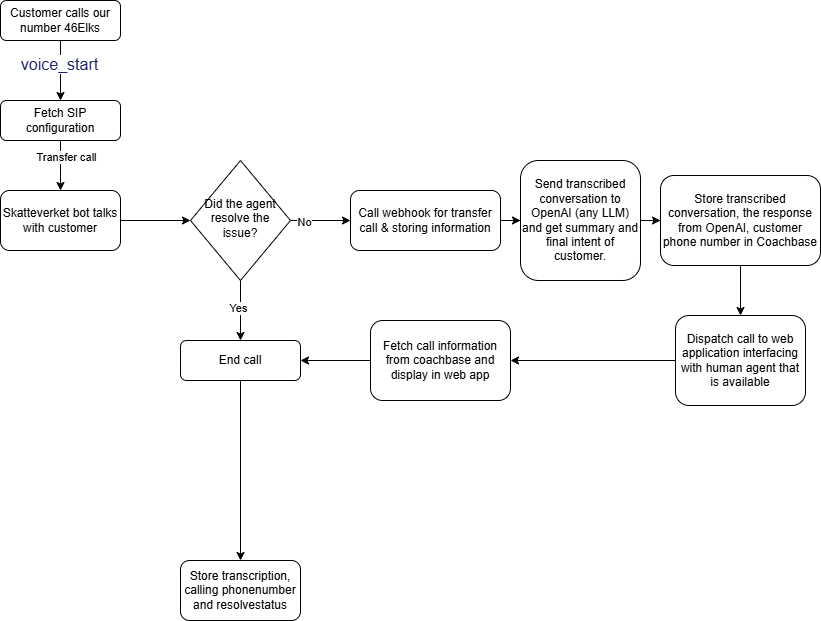
This is media/Skatteverket-Flowchart.png from JacobOmateq/Skatteverket-CustomerSupportAgent, a draw.io export, as it was before one commit. Source tidied: cells renumbered, new cells last; positions are measured from the earlier drawing's top-left corner, leaving out a move shared by most shapes.
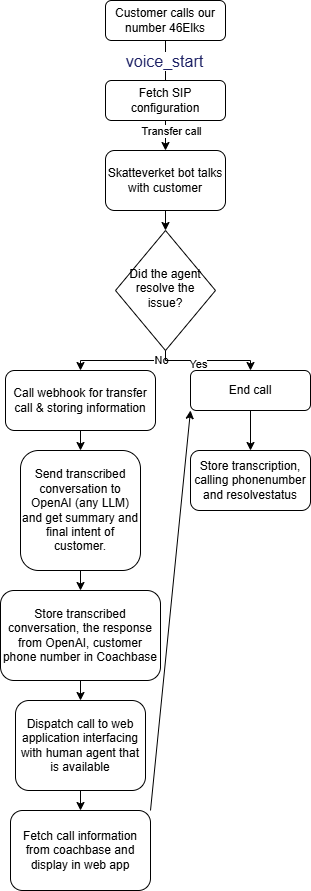
The same diagram one commit later.

Commit message:
Update Skatteverket flowchart image to reflect recent changes

Diff of the diagram source:
```diff
@@ -2,83 +2,137 @@
   <root>
     <mxCell id="0" />
     <mxCell id="1" parent="0" />
-    <mxCell id="2" style="edgeStyle=orthogonalEdgeStyle;rounded=0;jettySize=auto;html=1;" parent="1" edge="1" source="4" target="9">
-      <mxGeometry relative="1" as="geometry" />
+    <mxCell id="2" style="edgeStyle=orthogonalEdgeStyle;rounded=0;jettySize=auto;html=1;noEdgeStyle=1;orthogonal=1;" parent="1" edge="1" source="4" target="9">
+      <mxGeometry relative="1" as="geometry">
+        <Array as="points">
+          <mxPoint x="25" y="-25" />
+          <mxPoint x="25" y="-5" />
+        </Array>
+      </mxGeometry>
     </mxCell>
     <mxCell id="3" value="&lt;span style=&quot;color: rgb(29, 33, 101); font-family: Lato, sans-serif; font-size: 16px; text-align: start; text-wrap-mode: wrap; background-color: rgb(255, 255, 255);&quot;&gt;voice_start&lt;/span&gt;" style="edgeLabel;html=1;align=center;verticalAlign=middle;" parent="2" vertex="1">
       <mxGeometry x="-0.22" y="-2" relative="1" as="geometry" />
     </mxCell>
     <mxCell id="4" value="Customer calls our number 46Elks" style="rounded=1;whiteSpace=wrap;html=1;fontSize=12;glass=0;strokeWidth=1;shadow=0;" parent="1" vertex="1">
-      <mxGeometry width="120" height="40" as="geometry" />
+      <mxGeometry x="-35" y="-90" width="120" height="40" as="geometry" />
     </mxCell>
-    <mxCell id="5" style="edgeStyle=orthogonalEdgeStyle;rounded=0;jettySize=auto;html=1;" parent="1" edge="1" source="6" target="21">
-      <mxGeometry relative="1" as="geometry" />
+    <mxCell id="5" style="edgeStyle=orthogonalEdgeStyle;rounded=0;jettySize=auto;html=1;noEdgeStyle=1;orthogonal=1;" parent="1" edge="1" source="6" target="21">
+      <mxGeometry relative="1" as="geometry">
+        <Array as="points">
+          <mxPoint x="-60" y="335" />
+          <mxPoint x="-60" y="355" />
+        </Array>
+      </mxGeometry>
     </mxCell>
     <mxCell id="6" value="Call webhook for transfer call &amp;amp; storing information" style="rounded=1;whiteSpace=wrap;html=1;fontSize=12;glass=0;strokeWidth=1;shadow=0;" parent="1" vertex="1">
-      <mxGeometry x="350" y="190" width="150" height="60" as="geometry" />
+      <mxGeometry x="-135" y="280" width="150" height="60" as="geometry" />
     </mxCell>
-    <mxCell id="7" style="edgeStyle=orthogonalEdgeStyle;rounded=0;jettySize=auto;html=1;" parent="1" edge="1" source="9" target="11">
-      <mxGeometry relative="1" as="geometry" />
+    <mxCell id="7" style="edgeStyle=orthogonalEdgeStyle;rounded=0;jettySize=auto;html=1;noEdgeStyle=1;orthogonal=1;" parent="1" edge="1" source="9" target="11">
+      <mxGeometry relative="1" as="geometry">
+        <Array as="points">
+          <mxPoint x="25" y="35" />
+          <mxPoint x="25" y="55" />
+        </Array>
+      </mxGeometry>
     </mxCell>
     <mxCell id="8" value="Transfer call" style="edgeLabel;html=1;align=center;verticalAlign=middle;" parent="7" vertex="1">
       <mxGeometry x="-0.35" y="5" relative="1" as="geometry" />
     </mxCell>
     <mxCell id="9" value="Fetch SIP configuration" style="rounded=1;whiteSpace=wrap;html=1;fontSize=12;glass=0;strokeWidth=1;shadow=0;" parent="1" vertex="1">
-      <mxGeometry y="100" width="120" height="40" as="geometry" />
+      <mxGeometry x="-35" y="-10" width="120" height="40" as="geometry" />
     </mxCell>
-    <mxCell id="10" style="edgeStyle=orthogonalEdgeStyle;rounded=0;jettySize=auto;html=1;" parent="1" edge="1" source="11" target="16">
-      <mxGeometry relative="1" as="geometry" />
+    <mxCell id="10" style="edgeStyle=orthogonalEdgeStyle;rounded=0;jettySize=auto;html=1;noEdgeStyle=1;orthogonal=1;" parent="1" edge="1" source="11" target="16">
+      <mxGeometry relative="1" as="geometry">
+        <Array as="points">
+          <mxPoint x="25" y="115" />
+          <mxPoint x="25" y="135" />
+        </Array>
+      </mxGeometry>
     </mxCell>
     <mxCell id="11" value="Skatteverket bot talks with customer" style="whiteSpace=wrap;html=1;rounded=1;glass=0;strokeWidth=1;shadow=0;" parent="1" vertex="1">
-      <mxGeometry y="190" width="120" height="60" as="geometry" />
+      <mxGeometry x="-35" y="60" width="120" height="60" as="geometry" />
     </mxCell>
-    <mxCell id="12" style="edgeStyle=orthogonalEdgeStyle;rounded=0;jettySize=auto;html=1;" parent="1" edge="1" source="16" target="6">
-      <mxGeometry relative="1" as="geometry" />
+    <mxCell id="12" style="edgeStyle=orthogonalEdgeStyle;rounded=0;jettySize=auto;html=1;noEdgeStyle=1;orthogonal=1;" parent="1" edge="1" source="16" target="6">
+      <mxGeometry relative="1" as="geometry">
+        <Array as="points">
+          <mxPoint x="25" y="255" />
+          <mxPoint x="25" y="270" />
+          <mxPoint x="-60" y="270" />
+          <mxPoint x="-60" y="275" />
+        </Array>
+      </mxGeometry>
     </mxCell>
     <mxCell id="13" value="No" style="edgeLabel;html=1;align=center;verticalAlign=middle;" parent="12" vertex="1">
       <mxGeometry x="-0.57" y="-1" relative="1" as="geometry" />
     </mxCell>
-    <mxCell id="14" style="edgeStyle=orthogonalEdgeStyle;rounded=0;jettySize=auto;html=1;" parent="1" edge="1" source="16" target="18">
-      <mxGeometry relative="1" as="geometry" />
+    <mxCell id="14" style="edgeStyle=orthogonalEdgeStyle;rounded=0;jettySize=auto;html=1;noEdgeStyle=1;orthogonal=1;" parent="1" edge="1" source="16" target="18">
+      <mxGeometry relative="1" as="geometry">
+        <Array as="points">
+          <mxPoint x="25" y="255" />
+          <mxPoint x="25" y="270" />
+          <mxPoint x="110" y="270" />
+          <mxPoint x="110" y="275" />
+        </Array>
+      </mxGeometry>
     </mxCell>
     <mxCell id="15" value="Yes" style="edgeLabel;html=1;align=center;verticalAlign=middle;" parent="14" vertex="1">
       <mxGeometry x="-0.1" y="-3" relative="1" as="geometry" />
     </mxCell>
     <mxCell id="16" value="Did the agent resolve the issue?" style="rhombus;whiteSpace=wrap;html=1;shadow=0;fontFamily=Helvetica;fontSize=12;align=center;strokeWidth=1;spacing=6;spacingTop=-4;" parent="1" vertex="1">
-      <mxGeometry x="190" y="160" width="100" height="120" as="geometry" />
+      <mxGeometry x="-25" y="140" width="100" height="120" as="geometry" />
     </mxCell>
-    <mxCell id="17" style="edgeStyle=orthogonalEdgeStyle;rounded=0;jettySize=auto;html=1;" parent="1" edge="1" source="18" target="19">
-      <mxGeometry relative="1" as="geometry" />
+    <mxCell id="17" style="edgeStyle=orthogonalEdgeStyle;rounded=0;jettySize=auto;html=1;noEdgeStyle=1;orthogonal=1;" parent="1" edge="1" source="18" target="19">
+      <mxGeometry relative="1" as="geometry">
+        <Array as="points">
+          <mxPoint x="110" y="315" />
+          <mxPoint x="110" y="355" />
+        </Array>
+      </mxGeometry>
     </mxCell>
     <mxCell id="18" value="End call" style="rounded=1;whiteSpace=wrap;html=1;fontSize=12;glass=0;strokeWidth=1;shadow=0;" parent="1" vertex="1">
-      <mxGeometry x="180" y="340" width="120" height="40" as="geometry" />
+      <mxGeometry x="50" y="280" width="120" height="40" as="geometry" />
     </mxCell>
     <mxCell id="19" value="Store transcription, calling phonenumber and resolvestatus" style="whiteSpace=wrap;html=1;rounded=1;glass=0;strokeWidth=1;shadow=0;" parent="1" vertex="1">
-      <mxGeometry x="180" y="560" width="120" height="60" as="geometry" />
+      <mxGeometry x="50" y="360" width="120" height="60" as="geometry" />
     </mxCell>
-    <mxCell id="20" style="edgeStyle=orthogonalEdgeStyle;rounded=0;jettySize=auto;html=1;" parent="1" edge="1" source="21" target="27">
-      <mxGeometry relative="1" as="geometry" />
+    <mxCell id="20" style="edgeStyle=orthogonalEdgeStyle;rounded=0;jettySize=auto;html=1;noEdgeStyle=1;orthogonal=1;" parent="1" edge="1" source="21" target="27">
+      <mxGeometry relative="1" as="geometry">
+        <Array as="points">
+          <mxPoint x="-60" y="475" />
+          <mxPoint x="-60" y="495" />
+        </Array>
+      </mxGeometry>
     </mxCell>
     <mxCell id="21" value="Send transcribed conversation to OpenAI (any LLM) and get summary and final intent of customer." style="whiteSpace=wrap;html=1;rounded=1;glass=0;strokeWidth=1;shadow=0;" parent="1" vertex="1">
-      <mxGeometry x="520" y="160" width="120" height="120" as="geometry" />
+      <mxGeometry x="-120" y="360" width="120" height="120" as="geometry" />
     </mxCell>
-    <mxCell id="22" style="edgeStyle=orthogonalEdgeStyle;rounded=0;jettySize=auto;html=1;" parent="1" edge="1" source="23" target="25">
-      <mxGeometry relative="1" as="geometry" />
+    <mxCell id="22" style="edgeStyle=orthogonalEdgeStyle;rounded=0;jettySize=auto;html=1;noEdgeStyle=1;orthogonal=1;" parent="1" edge="1" source="23" target="25">
+      <mxGeometry relative="1" as="geometry">
+        <Array as="points">
+          <mxPoint x="-60" y="695" />
+          <mxPoint x="-60" y="715" />
+        </Array>
+      </mxGeometry>
     </mxCell>
     <mxCell id="23" value="Dispatch call to web application interfacing with human agent that is available" style="whiteSpace=wrap;html=1;rounded=1;glass=0;strokeWidth=1;shadow=0;" parent="1" vertex="1">
-      <mxGeometry x="675" y="315" width="130" height="90" as="geometry" />
+      <mxGeometry x="-125" y="610" width="130" height="90" as="geometry" />
     </mxCell>
-    <mxCell id="24" style="edgeStyle=orthogonalEdgeStyle;rounded=0;jettySize=auto;html=1;" parent="1" edge="1" source="25" target="18">
+    <mxCell id="24" style="edgeStyle=orthogonalEdgeStyle;rounded=0;jettySize=auto;html=1;noEdgeStyle=1;orthogonal=1;" parent="1" edge="1" source="25" target="18">
       <mxGeometry relative="1" as="geometry" />
     </mxCell>
     <mxCell id="25" value="Fetch call information from coachbase and display in web app" style="whiteSpace=wrap;html=1;rounded=1;glass=0;strokeWidth=1;shadow=0;" parent="1" vertex="1">
-      <mxGeometry x="370" y="320" width="140" height="80" as="geometry" />
+      <mxGeometry x="-130" y="720" width="140" height="80" as="geometry" />
     </mxCell>
-    <mxCell id="26" style="edgeStyle=orthogonalEdgeStyle;rounded=0;jettySize=auto;html=1;" parent="1" edge="1" source="27" target="23">
-      <mxGeometry relative="1" as="geometry" />
+    <mxCell id="26" style="edgeStyle=orthogonalEdgeStyle;rounded=0;jettySize=auto;html=1;noEdgeStyle=1;orthogonal=1;" parent="1" edge="1" source="27" target="23">
+      <mxGeometry relative="1" as="geometry">
+        <Array as="points">
+          <mxPoint x="-60" y="585" />
+          <mxPoint x="-60" y="605" />
+        </Array>
+      </mxGeometry>
     </mxCell>
     <mxCell id="27" value="Store transcribed conversation, the response from OpenAI, customer phone number in Coachbase" style="whiteSpace=wrap;html=1;rounded=1;glass=0;strokeWidth=1;shadow=0;" parent="1" vertex="1">
-      <mxGeometry x="660" y="175" width="160" height="90" as="geometry" />
+      <mxGeometry x="-140" y="500" width="160" height="90" as="geometry" />
     </mxCell>
   </root>
 </mxGraphModel>
```
